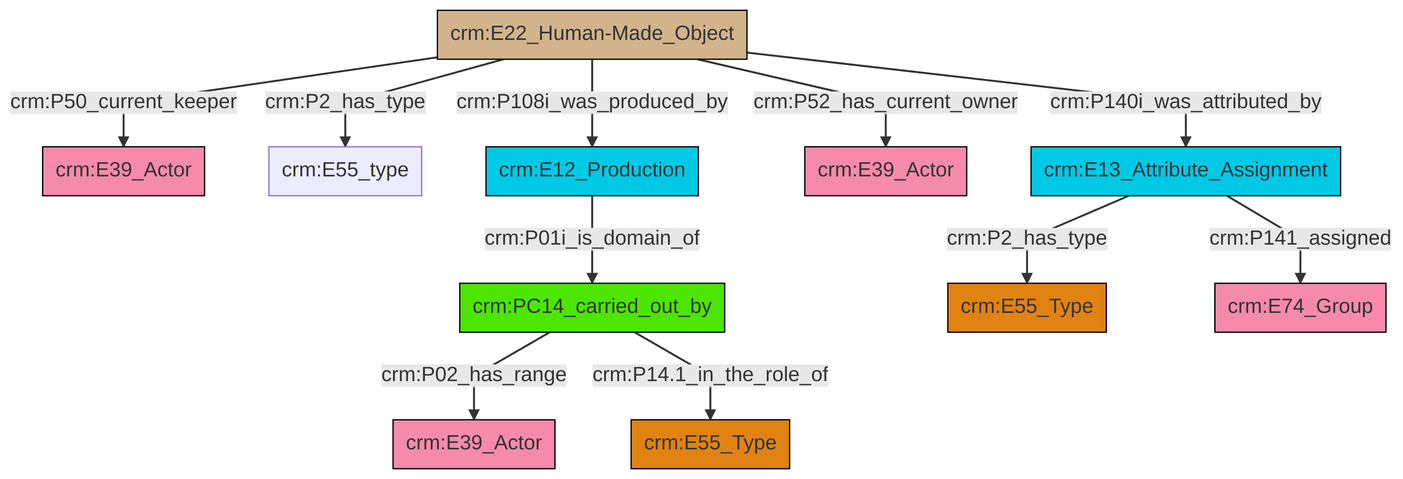
Before: et/artworkCSV/ttl/mmd/png/Artwork_Actor_Relations.png, a diagram exported from Mermaid (swiss-art-research-net/docs.swissartresearch). Its source is kept beside it as et/artworkCSV/ttl/mmd/Artwork_Actor_Relations.ttl.mmd.
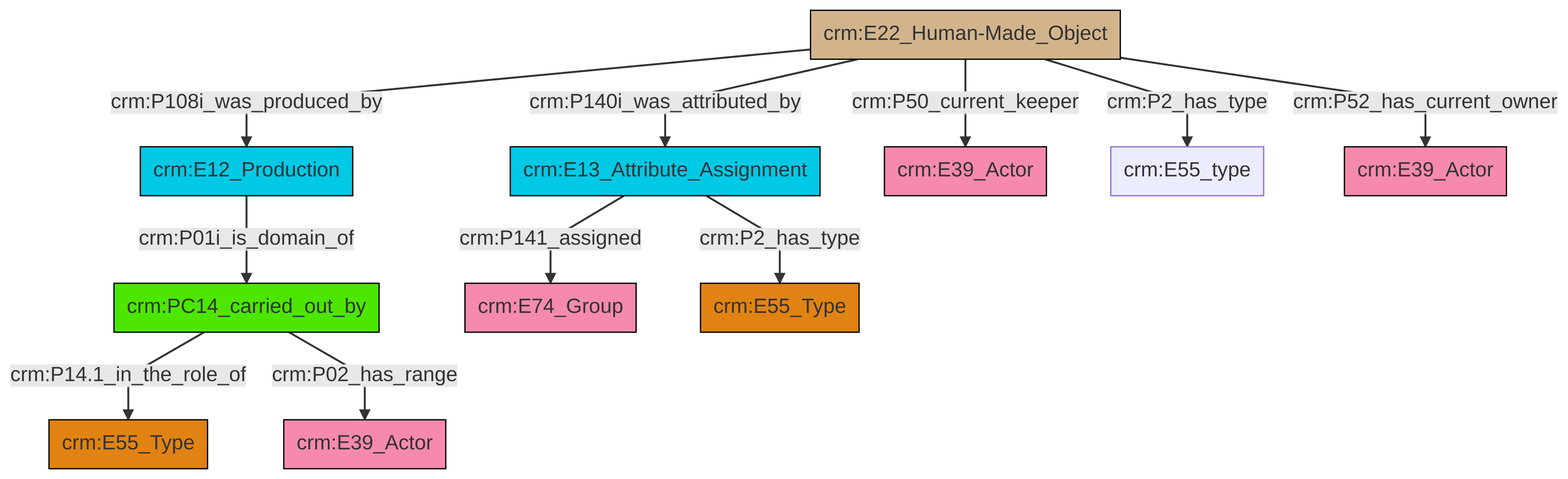
The same file after the commit.

What changed in the source:
```diff
@@ -13,13 +13,13 @@
 classDef PC_Classes fill:#4ce600, stroke:#000000;
 classDef Multi fill:#cccccc,stroke:#000000;
 
-0["crm:PC14_carried_out_by"]:::PC_Classes -->|crm:P02_has_range| 2["crm:E39_Actor"]:::Actor
-7["crm:E22_Human-Made_Object"]:::Physical_Thing -->|crm:P2_has_type| 8["crm:E55_type"]:::Default
-7["crm:E22_Human-Made_Object"]:::Physical_Thing -->|crm:P52_has_current_owner| 12["crm:E39_Actor"]:::Actor
-14["crm:E12_Production"]:::Temporal_Entity -->|crm:P01i_is_domain_of| 0["crm:PC14_carried_out_by"]:::PC_Classes
-0["crm:PC14_carried_out_by"]:::PC_Classes -->|crm:P14.1_in_the_role_of| 3["crm:E55_Type"]:::Type
-7["crm:E22_Human-Made_Object"]:::Physical_Thing -->|crm:P140i_was_attributed_by| 10["crm:E13_Attribute_Assignment"]:::Temporal_Entity
-7["crm:E22_Human-Made_Object"]:::Physical_Thing -->|crm:P108i_was_produced_by| 14["crm:E12_Production"]:::Temporal_Entity
-10["crm:E13_Attribute_Assignment"]:::Temporal_Entity -->|crm:P2_has_type| 15["crm:E55_Type"]:::Type
-10["crm:E13_Attribute_Assignment"]:::Temporal_Entity -->|crm:P141_assigned| 19["crm:E74_Group"]:::Actor
-7["crm:E22_Human-Made_Object"]:::Physical_Thing -->|crm:P50_current_keeper| 5["crm:E39_Actor"]:::Actor
+0["crm:E22_Human-Made_Object"]:::Physical_Thing -->|crm:P140i_was_attributed_by| 2["crm:E13_Attribute_Assignment"]:::Temporal_Entity
+3["crm:E12_Production"]:::Temporal_Entity -->|crm:P01i_is_domain_of| 4["crm:PC14_carried_out_by"]:::PC_Classes
+0["crm:E22_Human-Made_Object"]:::Physical_Thing -->|crm:P108i_was_produced_by| 3["crm:E12_Production"]:::Temporal_Entity
+2["crm:E13_Attribute_Assignment"]:::Temporal_Entity -->|crm:P2_has_type| 11["crm:E55_Type"]:::Type
+4["crm:PC14_carried_out_by"]:::PC_Classes -->|crm:P14.1_in_the_role_of| 12["crm:E55_Type"]:::Type
+0["crm:E22_Human-Made_Object"]:::Physical_Thing -->|crm:P2_has_type| 13["crm:E55_type"]:::Default
+0["crm:E22_Human-Made_Object"]:::Physical_Thing -->|crm:P50_current_keeper| 7["crm:E39_Actor"]:::Actor
+4["crm:PC14_carried_out_by"]:::PC_Classes -->|crm:P02_has_range| 17["crm:E39_Actor"]:::Actor
+0["crm:E22_Human-Made_Object"]:::Physical_Thing -->|crm:P52_has_current_owner| 21["crm:E39_Actor"]:::Actor
+2["crm:E13_Attribute_Assignment"]:::Temporal_Entity -->|crm:P141_assigned| 9["crm:E74_Group"]:::Actor
```
